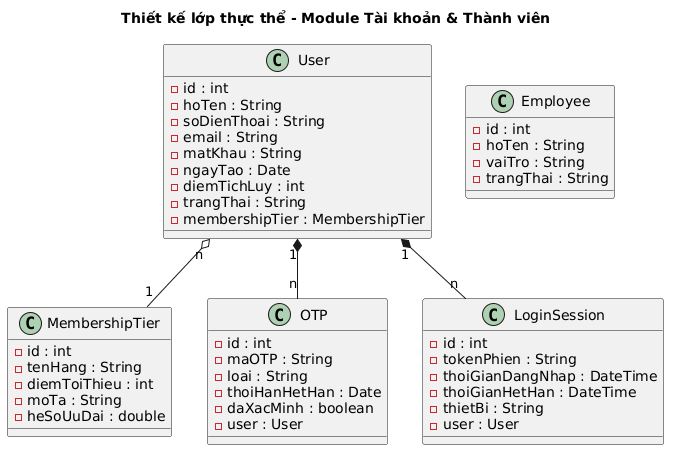
The PlantUML diagram docs/tabs/images/account/account_entity_class.png in thanhtrnnn/cnpm, before a commit.
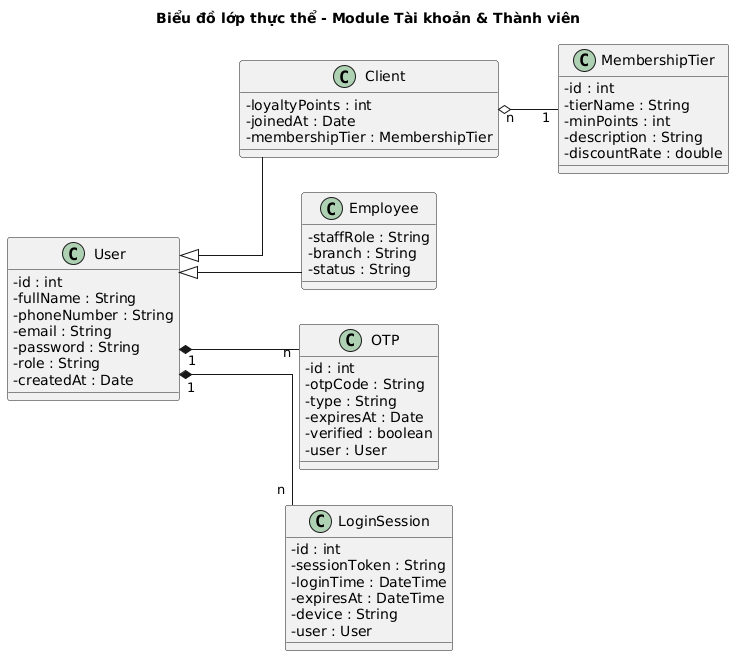
Later version of the same file.

Commit message:
fix: account Phase III logic consistency + DOCX heading/numbering

Diff of the diagram source:
```diff
@@ -1,52 +1,61 @@
 @startuml
-title Thiết kế lớp thực thể - Module Tài khoản & Thành viên
+title Biểu đồ lớp thực thể - Module Tài khoản & Thành viên
+
+left to right direction
+skinparam linetype ortho
+skinparam classAttributeIconSize 0
 
 class User {
   -id : int
-  -hoTen : String
-  -soDienThoai : String
+  -fullName : String
+  -phoneNumber : String
   -email : String
-  -matKhau : String
-  -ngayTao : Date
-  -diemTichLuy : int
-  -trangThai : String
+  -password : String
+  -role : String
+  -createdAt : Date
+}
+
+class Client {
+  -loyaltyPoints : int
+  -joinedAt : Date
   -membershipTier : MembershipTier
+}
+
+class Employee {
+  -staffRole : String
+  -branch : String
+  -status : String
 }
 
 class MembershipTier {
   -id : int
-  -tenHang : String
-  -diemToiThieu : int
-  -moTa : String
-  -heSoUuDai : double
+  -tierName : String
+  -minPoints : int
+  -description : String
+  -discountRate : double
 }
 
 class OTP {
   -id : int
-  -maOTP : String
-  -loai : String
-  -thoiHanHetHan : Date
-  -daXacMinh : boolean
+  -otpCode : String
+  -type : String
+  -expiresAt : Date
+  -verified : boolean
   -user : User
 }
 
 class LoginSession {
   -id : int
-  -tokenPhien : String
-  -thoiGianDangNhap : DateTime
-  -thoiGianHetHan : DateTime
-  -thietBi : String
+  -sessionToken : String
+  -loginTime : DateTime
+  -expiresAt : DateTime
+  -device : String
   -user : User
 }
 
-class Employee {
-  -id : int
-  -hoTen : String
-  -vaiTro : String
-  -trangThai : String
-}
-
-User "n" o-- "1" MembershipTier
+User <|-- Client
+User <|-- Employee
+Client "n" o-- "1" MembershipTier
 User "1" *-- "n" OTP
 User "1" *-- "n" LoginSession
 @enduml
```
